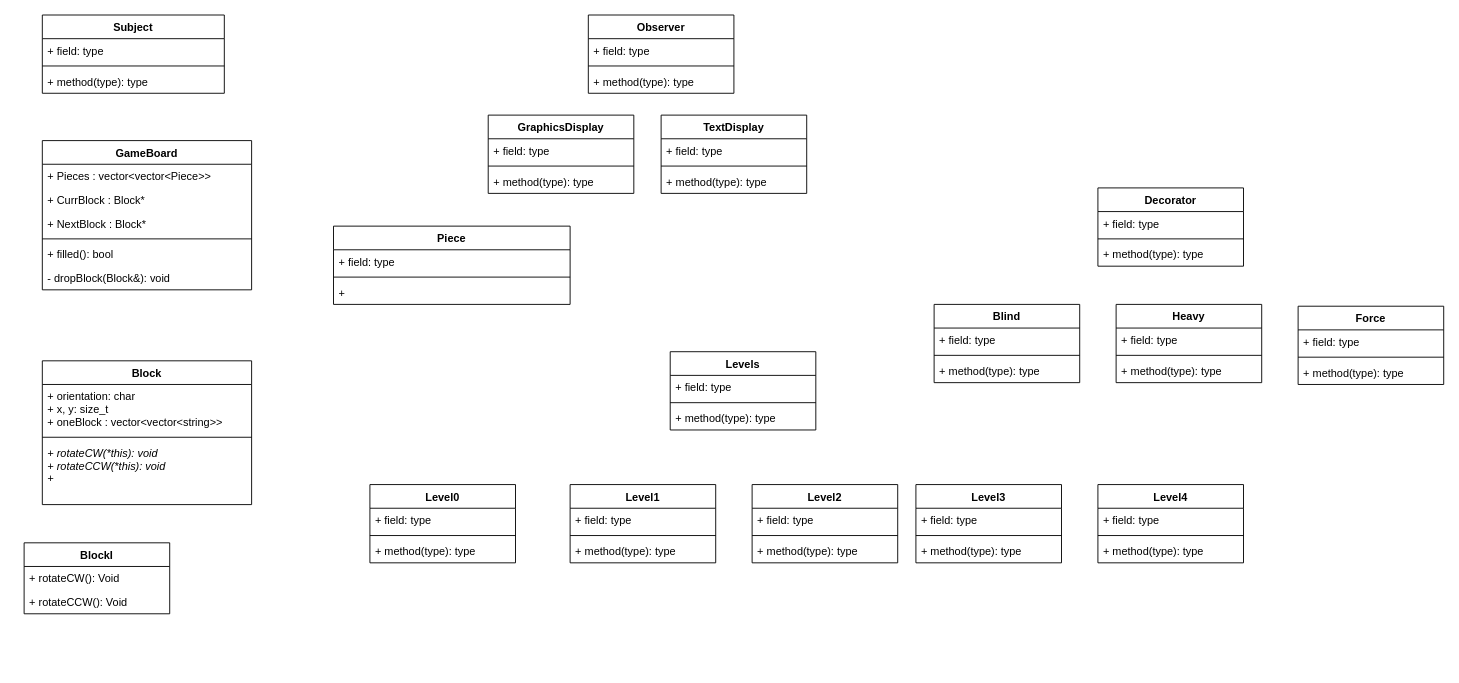
velomafinsights/biquadris keeps this draw.io diagram as UML.drawio. Above is the earlier version. Source tidied: cells renumbered, new cells numbered last; positions are measured from the earlier drawing's top-left corner, leaving out a move shared by most shapes. Both pictures are drawn from the tidied source at 91%, with x=0, y=0 at pixel (24, 15).
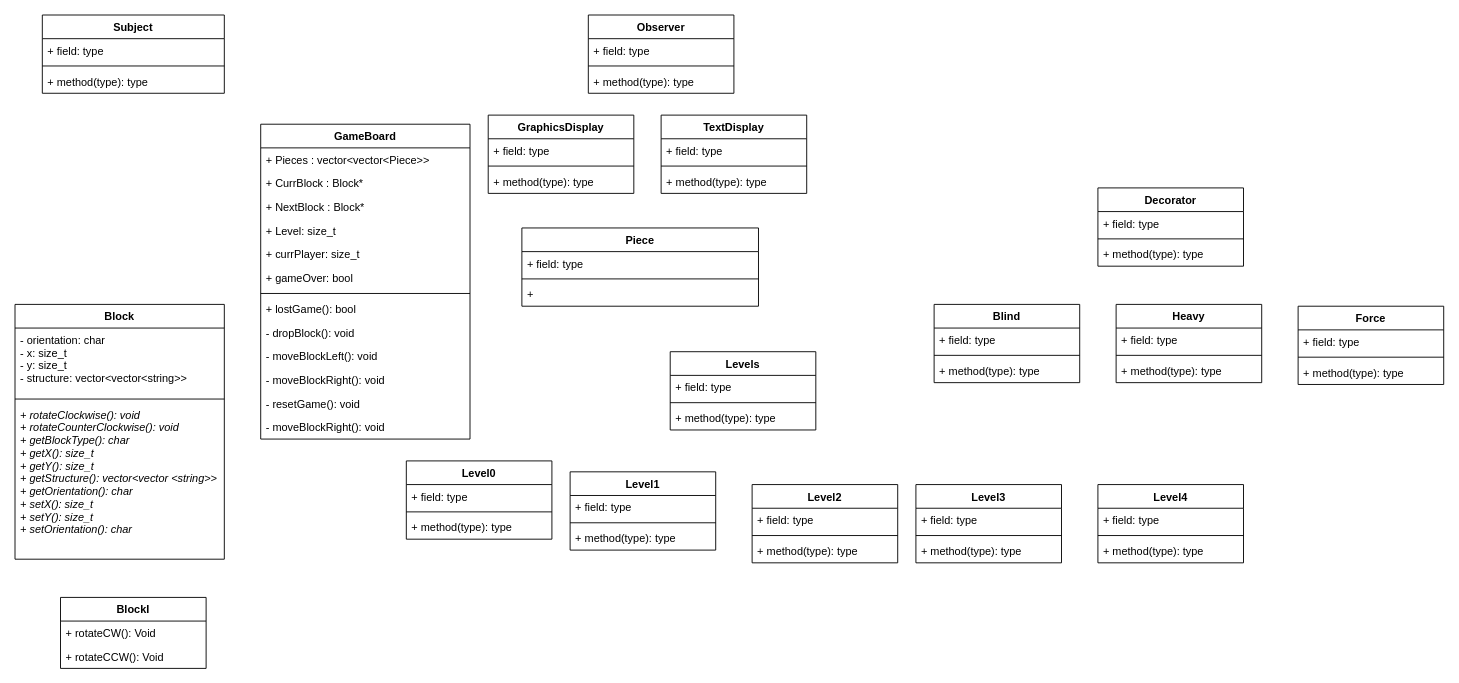
After the change.

Diff of the diagram source:
```diff
@@
     <mxCell id="18" value="GameBoard" style="swimlane;fontStyle=1;align=center;verticalAlign=top;horizontal=1;startSize=26;" parent="1" vertex="1">
-      <mxGeometry x="20" y="138" width="230" height="164" as="geometry" />
+      <mxGeometry x="260" y="120" width="230" height="346" as="geometry" />
     </mxCell>
@@
+    <mxCell id="76" value="+ Level: size_t" style="text;strokeColor=none;fillColor=none;align=left;verticalAlign=top;spacingLeft=4;spacingRight=4;overflow=hidden;" parent="18" vertex="1">
+      <mxGeometry y="104" width="230" height="26" as="geometry" />
+    </mxCell>
+    <mxCell id="77" value="+ currPlayer: size_t" style="text;strokeColor=none;fillColor=none;align=left;verticalAlign=top;spacingLeft=4;spacingRight=4;overflow=hidden;" parent="18" vertex="1">
+      <mxGeometry y="130" width="230" height="26" as="geometry" />
+    </mxCell>
+    <mxCell id="78" value="+ gameOver: bool" style="text;strokeColor=none;fillColor=none;align=left;verticalAlign=top;spacingLeft=4;spacingRight=4;overflow=hidden;" parent="18" vertex="1">
+      <mxGeometry y="156" width="230" height="26" as="geometry" />
+    </mxCell>
     <mxCell id="22" style="line;strokeWidth=1;fillColor=none;align=left;verticalAlign=middle;spacingTop=-1;spacingLeft=3;spacingRight=3;labelPosition=right;strokeColor=inherit;" parent="18" vertex="1">
-      <mxGeometry y="104" width="230" height="8" as="geometry" />
+      <mxGeometry y="182" width="230" height="8" as="geometry" />
     </mxCell>
-    <mxCell id="23" value="+ filled(): bool" style="text;strokeColor=none;fillColor=none;align=left;verticalAlign=top;spacingLeft=4;spacingRight=4;overflow=hidden;" parent="18" vertex="1">
-      <mxGeometry y="112" width="230" height="26" as="geometry" />
+    <mxCell id="23" value="+ lostGame(): bool" style="text;strokeColor=none;fillColor=none;align=left;verticalAlign=top;spacingLeft=4;spacingRight=4;overflow=hidden;" parent="18" vertex="1">
+      <mxGeometry y="190" width="230" height="26" as="geometry" />
     </mxCell>
-    <mxCell id="24" value="- dropBlock(Block&amp;): void" style="text;strokeColor=none;fillColor=none;align=left;verticalAlign=top;spacingLeft=4;spacingRight=4;overflow=hidden;" parent="18" vertex="1">
-      <mxGeometry y="138" width="230" height="26" as="geometry" />
+    <mxCell id="24" value="- dropBlock(): void" style="text;strokeColor=none;fillColor=none;align=left;verticalAlign=top;spacingLeft=4;spacingRight=4;overflow=hidden;" parent="18" vertex="1">
+      <mxGeometry y="216" width="230" height="26" as="geometry" />
     </mxCell>
+    <mxCell id="79" value="- moveBlockLeft(): void" style="text;strokeColor=none;fillColor=none;align=left;verticalAlign=top;spacingLeft=4;spacingRight=4;overflow=hidden;" parent="18" vertex="1">
+      <mxGeometry y="242" width="230" height="26" as="geometry" />
+    </mxCell>
+    <mxCell id="80" value="- moveBlockRight(): void" style="text;strokeColor=none;fillColor=none;align=left;verticalAlign=top;spacingLeft=4;spacingRight=4;overflow=hidden;" parent="18" vertex="1">
+      <mxGeometry y="268" width="230" height="26" as="geometry" />
+    </mxCell>
+    <mxCell id="81" value="- resetGame(): void" style="text;strokeColor=none;fillColor=none;align=left;verticalAlign=top;spacingLeft=4;spacingRight=4;overflow=hidden;" parent="18" vertex="1">
+      <mxGeometry y="294" width="230" height="26" as="geometry" />
+    </mxCell>
+    <mxCell id="82" value="- moveBlockRight(): void" style="text;strokeColor=none;fillColor=none;align=left;verticalAlign=top;spacingLeft=4;spacingRight=4;overflow=hidden;" parent="18" vertex="1">
+      <mxGeometry y="320" width="230" height="26" as="geometry" />
+    </mxCell>
     <mxCell id="25" value="Block" style="swimlane;fontStyle=1;align=center;verticalAlign=top;horizontal=1;startSize=26;" parent="1" vertex="1">
-      <mxGeometry x="20" y="380" width="230" height="158" as="geometry" />
+      <mxGeometry x="-10" y="318" width="230" height="280" as="geometry" />
     </mxCell>
-    <mxCell id="26" value="+ orientation: char&#10;+ x, y: size_t&#10;+ oneBlock : vector&lt;vector&lt;string&gt;&gt;" style="text;strokeColor=none;fillColor=none;align=left;verticalAlign=top;spacingLeft=4;spacingRight=4;overflow=hidden;" parent="25" vertex="1">
-      <mxGeometry y="26" width="230" height="54" as="geometry" />
+    <mxCell id="26" value="- orientation: char&#10;- x: size_t&#10;- y: size_t&#10;- structure: vector&lt;vector&lt;string&gt;&gt;" style="text;strokeColor=none;fillColor=none;align=left;verticalAlign=top;spacingLeft=4;spacingRight=4;overflow=hidden;" parent="25" vertex="1">
+      <mxGeometry y="26" width="230" height="74" as="geometry" />
     </mxCell>
     <mxCell id="27" style="line;strokeWidth=1;fillColor=none;align=left;verticalAlign=middle;spacingTop=-1;spacingLeft=3;spacingRight=3;labelPosition=right;strokeColor=inherit;" parent="25" vertex="1">
-      <mxGeometry y="80" width="230" height="8" as="geometry" />
+      <mxGeometry y="100" width="230" height="8" as="geometry" />
     </mxCell>
-    <mxCell id="28" value="+ rotateCW(*this): void&#10;+ rotateCCW(*this): void&#10;+ " style="text;strokeColor=none;fillColor=none;align=left;verticalAlign=top;spacingLeft=4;spacingRight=4;overflow=hidden;fontStyle=2;" parent="25" vertex="1">
-      <mxGeometry y="88" width="230" height="70" as="geometry" />
+    <mxCell id="28" value="+ rotateClockwise(): void&#10;+ rotateCounterClockwise(): void&#10;+ getBlockType(): char&#10;+ getX(): size_t&#10;+ getY(): size_t&#10;+ getStructure(): vector&lt;vector &lt;string&gt;&gt;&#10;+ getOrientation(): char&#10;+ setX(): size_t&#10;+ setY(): size_t&#10;+ setOrientation(): char&#10;" style="text;strokeColor=none;fillColor=none;align=left;verticalAlign=top;spacingLeft=4;spacingRight=4;overflow=hidden;fontStyle=2;" parent="25" vertex="1">
+      <mxGeometry y="108" width="230" height="172" as="geometry" />
     </mxCell>
     <mxCell id="29" value="BlockI" style="swimlane;fontStyle=1;align=center;verticalAlign=top;horizontal=1;startSize=26;" parent="1" vertex="1">
-      <mxGeometry y="580" width="160" height="78" as="geometry" />
+      <mxGeometry x="40" y="640" width="160" height="78" as="geometry" />
     </mxCell>
@@
     <mxCell id="40" value="Piece" style="swimlane;fontStyle=1;align=center;verticalAlign=top;horizontal=1;startSize=26;" parent="1" vertex="1">
-      <mxGeometry x="340" y="232" width="260" height="86" as="geometry" />
+      <mxGeometry x="547" y="234" width="260" height="86" as="geometry" />
     </mxCell>
@@
     <mxCell id="44" value="Level0" style="swimlane;fontStyle=1;align=center;verticalAlign=top;horizontal=1;startSize=26;" parent="1" vertex="1">
-      <mxGeometry x="380" y="516" width="160" height="86" as="geometry" />
+      <mxGeometry x="420" y="490" width="160" height="86" as="geometry" />
     </mxCell>
@@
     <mxCell id="48" value="Level1" style="swimlane;fontStyle=1;align=center;verticalAlign=top;horizontal=1;startSize=26;" parent="1" vertex="1">
-      <mxGeometry x="600" y="516" width="160" height="86" as="geometry" />
+      <mxGeometry x="600" y="502" width="160" height="86" as="geometry" />
     </mxCell>
```
